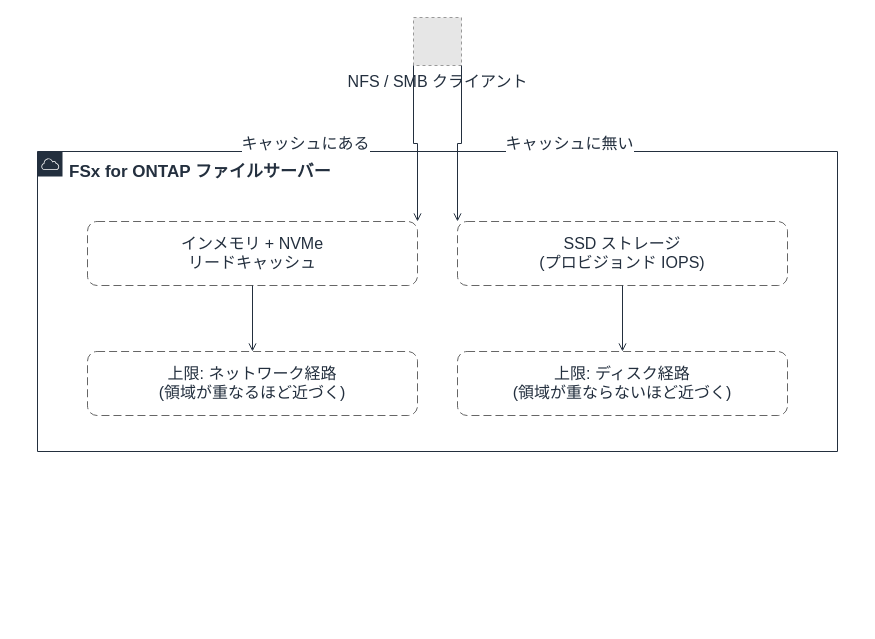
Earlier version of the draw.io diagram docs/_assets/diagrams/s3burst-two-ceilings.drawio (Yoshiki0705/S3-Burst-on-ONTAP-Files). Source tidied: cells renumbered, new cells numbered last; positions are measured from the earlier drawing's top-left corner, leaving out a move shared by most shapes. Both pictures are drawn from the tidied source at 100%, with x=0, y=0 at pixel (37, 17). Pictures stored in the file or linked from it are replaced by grey dashed boxes.
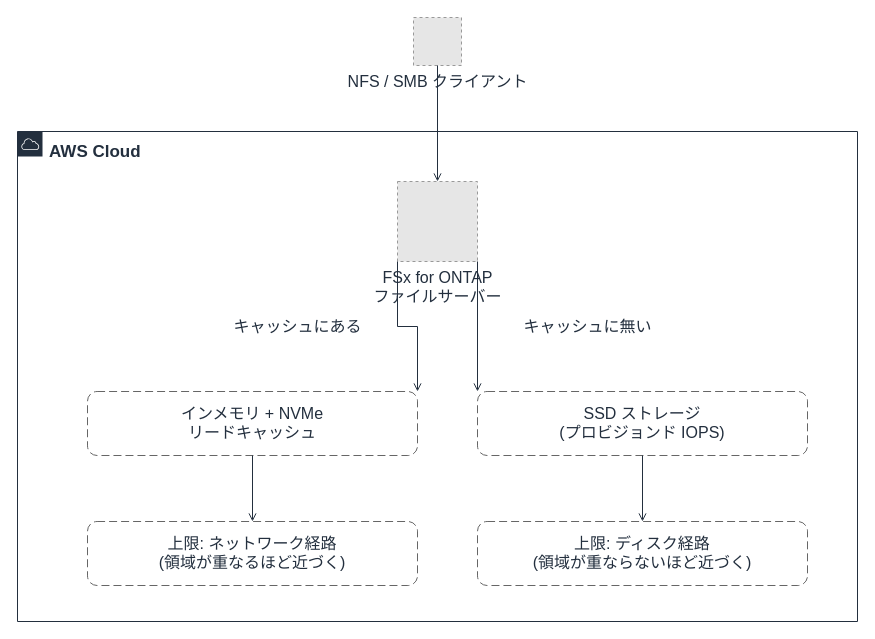
The same page after the edit.

Diff of the diagram source:
```diff
@@
 <mxGraphModel>
   <root>
     <mxCell id="0" />
     <mxCell id="1" parent="0" />
-    <mxCell id="2" value="FSx for ONTAP ファイルサーバー" style="points=[[0,0],[0.25,0],[0.5,0],[0.75,0],[1,0],[1,0.25],[1,0.5],[1,0.75],[1,1],[0.75,1],[0.5,1],[0.25,1],[0,1],[0,0.75],[0,0.5],[0,0.25]];outlineConnect=0;gradientColor=none;html=1;whiteSpace=wrap;fontSize=17;fontStyle=1;fontColor=#232F3E;shape=mxgraph.aws4.group;grIcon=mxgraph.aws4.group_aws_cloud;strokeColor=#232F3E;fillColor=none;verticalAlign=top;align=left;spacingLeft=30;spacingTop=4;dashed=0;" parent="1" vertex="1">
-      <mxGeometry y="134" width="800" height="300" as="geometry" />
-    </mxCell>
+    <mxCell id="12" value="AWS Cloud" style="gradientColor=none;html=1;whiteSpace=wrap;fontSize=17;fontStyle=1;fontColor=#232F3E;shape=mxgraph.aws4.group;grIcon=mxgraph.aws4.group_aws_cloud;strokeColor=#232F3E;fillColor=none;verticalAlign=top;align=left;spacingLeft=30;spacingTop=4;dashed=0;" parent="1" vertex="1">
+      <mxGeometry x="-20" y="114" width="840" height="490" as="geometry" />
+    </mxCell>
     <mxCell id="3" value="インメモリ + NVMe&#10;リードキャッシュ" style="rounded=1;whiteSpace=wrap;html=1;dashed=1;dashPattern=8 4;strokeColor=#666666;fillColor=none;fontColor=#232F3E;fontSize=16;verticalAlign=top;align=center;spacingTop=6;" parent="1" vertex="1">
-      <mxGeometry x="50" y="204" width="330" height="64" as="geometry" />
+      <mxGeometry x="50" y="374" width="330" height="64" as="geometry" />
     </mxCell>
     <mxCell id="4" value="SSD ストレージ&#10;(プロビジョンド IOPS)" style="rounded=1;whiteSpace=wrap;html=1;dashed=1;dashPattern=8 4;strokeColor=#666666;fillColor=none;fontColor=#232F3E;fontSize=16;verticalAlign=top;align=center;spacingTop=6;" parent="1" vertex="1">
-      <mxGeometry x="420" y="204" width="330" height="64" as="geometry" />
+      <mxGeometry x="440" y="374" width="330" height="64" as="geometry" />
     </mxCell>
     <mxCell id="5" value="上限: ネットワーク経路&#10;(領域が重なるほど近づく)" style="rounded=1;whiteSpace=wrap;html=1;dashed=1;dashPattern=8 4;strokeColor=#666666;fillColor=none;fontColor=#232F3E;fontSize=16;verticalAlign=top;align=center;spacingTop=6;" parent="1" vertex="1">
-      <mxGeometry x="50" y="334" width="330" height="64" as="geometry" />
+      <mxGeometry x="50" y="504" width="330" height="64" as="geometry" />
     </mxCell>
     <mxCell id="6" value="上限: ディスク経路&#10;(領域が重ならないほど近づく)" style="rounded=1;whiteSpace=wrap;html=1;dashed=1;dashPattern=8 4;strokeColor=#666666;fillColor=none;fontColor=#232F3E;fontSize=16;verticalAlign=top;align=center;spacingTop=6;" parent="1" vertex="1">
-      <mxGeometry x="420" y="334" width="330" height="64" as="geometry" />
+      <mxGeometry x="440" y="504" width="330" height="64" as="geometry" />
     </mxCell>
     <mxCell id="7" value="NFS / SMB クライアント" style="fillColor=#E6E6E6;strokeColor=#999999;dashed=1;html=1;verticalLabelPosition=bottom;verticalAlign=top;labelPosition=center;align=center;fontSize=16;fontColor=#232F3E;" parent="1" vertex="1">
       <mxGeometry x="376" width="48" height="48" as="geometry" />
     </mxCell>
+    <mxCell id="2" value="FSx for ONTAP&#10;ファイルサーバー" style="fillColor=#E6E6E6;strokeColor=#999999;dashed=1;html=1;verticalLabelPosition=bottom;verticalAlign=top;labelPosition=center;align=center;fontSize=16;fontColor=#232F3E;" parent="1" vertex="1">
+      <mxGeometry x="360" y="164" width="80" height="80" as="geometry" />
+    </mxCell>
+    <mxCell id="13" style="edgeStyle=orthogonalEdgeStyle;rounded=0;html=1;endArrow=open;endFill=0;strokeColor=#232F3E;strokeWidth=1;fontSize=16;fontColor=#232F3E;" parent="1" edge="1" source="7" target="2">
+      <mxGeometry relative="1" as="geometry" />
+    </mxCell>
-    <mxCell id="8" value="キャッシュにある" style="edgeStyle=orthogonalEdgeStyle;rounded=0;html=1;endArrow=open;endFill=0;strokeColor=#232F3E;strokeWidth=1;fontSize=16;fontColor=#232F3E;exitX=0.0;exitY=1.0;exitDx=0;exitDy=0;entryX=1.0;entryY=0.0;entryDx=0;entryDy=0;" parent="1" edge="1" source="7" target="3">
+    <mxCell id="8" value="キャッシュにある" style="edgeStyle=orthogonalEdgeStyle;rounded=0;html=1;endArrow=open;endFill=0;strokeColor=#232F3E;strokeWidth=1;fontSize=16;fontColor=#232F3E;exitX=0.0;exitY=1.0;exitDx=0;exitDy=0;entryX=1.0;entryY=0.0;entryDx=0;entryDy=0;" parent="1" edge="1" source="2" target="3">
       <mxGeometry relative="1" as="geometry">
         <mxPoint x="-110" as="offset" />
       </mxGeometry>
     </mxCell>
-    <mxCell id="9" value="キャッシュに無い" style="edgeStyle=orthogonalEdgeStyle;rounded=0;html=1;endArrow=open;endFill=0;strokeColor=#232F3E;strokeWidth=1;fontSize=16;fontColor=#232F3E;exitX=1.0;exitY=1.0;exitDx=0;exitDy=0;entryX=0.0;entryY=0.0;entryDx=0;entryDy=0;" parent="1" edge="1" source="7" target="4">
+    <mxCell id="9" value="キャッシュに無い" style="edgeStyle=orthogonalEdgeStyle;rounded=0;html=1;endArrow=open;endFill=0;strokeColor=#232F3E;strokeWidth=1;fontSize=16;fontColor=#232F3E;exitX=1.0;exitY=1.0;exitDx=0;exitDy=0;entryX=0.0;entryY=0.0;entryDx=0;entryDy=0;" parent="1" edge="1" source="2" target="4">
       <mxGeometry relative="1" as="geometry">
         <mxPoint x="110" as="offset" />
       </mxGeometry>
     </mxCell>
     <mxCell id="10" style="edgeStyle=orthogonalEdgeStyle;rounded=0;html=1;endArrow=open;endFill=0;strokeColor=#232F3E;strokeWidth=1;fontSize=16;fontColor=#232F3E;" parent="1" edge="1" source="3" target="5">
       <mxGeometry relative="1" as="geometry" />
     </mxCell>
     <mxCell id="11" style="edgeStyle=orthogonalEdgeStyle;rounded=0;html=1;endArrow=open;endFill=0;strokeColor=#232F3E;strokeWidth=1;fontSize=16;fontColor=#232F3E;" parent="1" edge="1" source="4" target="6">
       <mxGeometry relative="1" as="geometry" />
     </mxCell>
   </root>
 </mxGraphModel>
```
